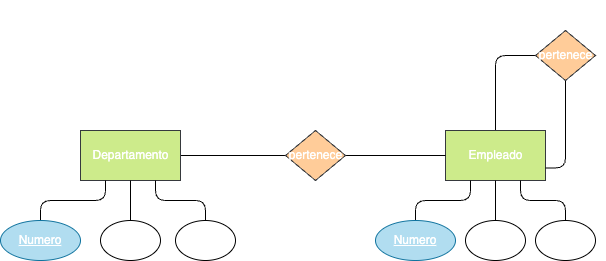
Before: Tareas/Unidad_2/tarea1/Ejercicio6a.drawio.png, a diagram exported from draw.io (antonioinigo/base-datos). Source tidied: cells renumbered, new cells last; positions are measured from the earlier drawing's top-left corner, leaving out a move shared by most shapes. The source it was exported from:
```xml
<mxGraphModel>
  <root>
    <mxCell id="0" />
    <mxCell id="1" parent="0" />
    <mxCell id="2" style="html=1;entryX=0;entryY=0.5;entryDx=0;entryDy=0;fontColor=#FFFFFF;endArrow=none;endFill=0;" parent="1" edge="1" source="3" target="7">
      <mxGeometry relative="1" as="geometry" />
    </mxCell>
    <mxCell id="3" value="&lt;font&gt;Departamento&lt;/font&gt;" style="html=1;dashed=0;whitespace=wrap;fillColor=#cdeb8b;strokeColor=#36393d;fontColor=#FFFFFF;" parent="1" vertex="1">
      <mxGeometry x="80" y="130" width="100" height="50" as="geometry" />
    </mxCell>
    <mxCell id="4" style="edgeStyle=orthogonalEdgeStyle;html=1;endArrow=none;endFill=0;fontColor=#FFFFFF;" parent="1" edge="1" source="5">
      <mxGeometry relative="1" as="geometry">
        <mxPoint x="545" y="55" as="targetPoint" />
        <Array as="points">
          <mxPoint x="495" y="55" />
        </Array>
      </mxGeometry>
    </mxCell>
    <mxCell id="5" value="&lt;font&gt;Empleado&lt;br&gt;&lt;/font&gt;" style="html=1;dashed=0;whitespace=wrap;fillColor=#cdeb8b;strokeColor=#36393d;fontColor=#FFFFFF;" parent="1" vertex="1">
      <mxGeometry x="445" y="130" width="100" height="50" as="geometry" />
    </mxCell>
    <mxCell id="6" style="edgeStyle=none;html=1;fontColor=#FFFFFF;endArrow=none;endFill=0;" parent="1" edge="1" source="7" target="5">
      <mxGeometry relative="1" as="geometry" />
    </mxCell>
    <mxCell id="7" value="&lt;font&gt;pertenece&lt;/font&gt;" style="shape=rhombus;html=1;dashed=0;whitespace=wrap;perimeter=rhombusPerimeter;fillColor=#ffcc99;strokeColor=#36393d;fontColor=#FFFFFF;" parent="1" vertex="1">
      <mxGeometry x="285" y="130" width="60" height="50" as="geometry" />
    </mxCell>
    <mxCell id="8" value="1:1" style="text;html=1;align=center;verticalAlign=middle;strokeColor=none;fillColor=none;fontColor=#FFFFFF;" parent="1" vertex="1">
      <mxGeometry x="205" y="110" width="40" height="30" as="geometry" />
    </mxCell>
    <mxCell id="9" value="0:N" style="text;html=1;align=center;verticalAlign=middle;strokeColor=none;fillColor=none;fontColor=#FFFFFF;" parent="1" vertex="1">
      <mxGeometry x="395" y="110" width="40" height="30" as="geometry" />
    </mxCell>
    <mxCell id="10" value="1:N" style="text;html=1;align=center;verticalAlign=middle;strokeColor=none;fillColor=none;fontColor=#FFFFFF;" parent="1" vertex="1">
      <mxGeometry x="295" y="90" width="40" height="30" as="geometry" />
    </mxCell>
    <mxCell id="11" style="edgeStyle=orthogonalEdgeStyle;html=1;entryX=1;entryY=0.75;entryDx=0;entryDy=0;endArrow=none;endFill=0;fontColor=#FFFFFF;" parent="1" edge="1" source="12" target="5">
      <mxGeometry relative="1" as="geometry" />
    </mxCell>
    <mxCell id="12" value="&lt;font&gt;pertenece&lt;/font&gt;" style="shape=rhombus;html=1;dashed=0;whitespace=wrap;perimeter=rhombusPerimeter;fillColor=#ffcc99;strokeColor=#36393d;fontColor=#FFFFFF;" parent="1" vertex="1">
      <mxGeometry x="535" y="30" width="60" height="50" as="geometry" />
    </mxCell>
    <mxCell id="13" style="edgeStyle=orthogonalEdgeStyle;html=1;entryX=0.25;entryY=1;entryDx=0;entryDy=0;fontColor=#FFFFFF;endArrow=none;endFill=0;" parent="1" edge="1" source="14" target="3">
      <mxGeometry relative="1" as="geometry" />
    </mxCell>
    <mxCell id="14" value="&lt;font&gt;Numero&lt;/font&gt;" style="ellipse;whiteSpace=wrap;html=1;align=center;fontStyle=4;fillColor=#b1ddf0;strokeColor=#10739e;fontColor=#FFFFFF;" parent="1" vertex="1">
      <mxGeometry y="220" width="80" height="40" as="geometry" />
    </mxCell>
    <mxCell id="15" style="edgeStyle=orthogonalEdgeStyle;html=1;entryX=0.5;entryY=1;entryDx=0;entryDy=0;fontColor=#FFFFFF;endArrow=none;endFill=0;" parent="1" edge="1" source="16" target="3">
      <mxGeometry relative="1" as="geometry" />
    </mxCell>
    <mxCell id="16" value="Nombre" style="ellipse;whiteSpace=wrap;html=1;align=center;fontColor=#FFFFFF;" parent="1" vertex="1">
      <mxGeometry x="100" y="220" width="60" height="40" as="geometry" />
    </mxCell>
    <mxCell id="17" style="edgeStyle=orthogonalEdgeStyle;html=1;entryX=0.75;entryY=1;entryDx=0;entryDy=0;fontColor=#FFFFFF;endArrow=none;endFill=0;" parent="1" edge="1" source="18" target="3">
      <mxGeometry relative="1" as="geometry" />
    </mxCell>
    <mxCell id="18" value="Locaclidad" style="ellipse;whiteSpace=wrap;html=1;align=center;fontColor=#FFFFFF;" parent="1" vertex="1">
      <mxGeometry x="175" y="220" width="60" height="40" as="geometry" />
    </mxCell>
    <mxCell id="19" style="edgeStyle=orthogonalEdgeStyle;html=1;entryX=0.25;entryY=1;entryDx=0;entryDy=0;fontColor=#FFFFFF;endArrow=none;endFill=0;" parent="1" edge="1" source="20" target="5">
      <mxGeometry relative="1" as="geometry" />
    </mxCell>
    <mxCell id="20" value="&lt;font&gt;Numero&lt;/font&gt;" style="ellipse;whiteSpace=wrap;html=1;align=center;fontStyle=4;fillColor=#b1ddf0;strokeColor=#10739e;fontColor=#FFFFFF;" parent="1" vertex="1">
      <mxGeometry x="375" y="220" width="80" height="40" as="geometry" />
    </mxCell>
    <mxCell id="21" style="edgeStyle=orthogonalEdgeStyle;html=1;entryX=0.5;entryY=1;entryDx=0;entryDy=0;fontColor=#FFFFFF;endArrow=none;endFill=0;" parent="1" edge="1" source="22" target="5">
      <mxGeometry relative="1" as="geometry" />
    </mxCell>
    <mxCell id="22" value="Apellido" style="ellipse;whiteSpace=wrap;html=1;align=center;fontColor=#FFFFFF;" parent="1" vertex="1">
      <mxGeometry x="465" y="220" width="60" height="40" as="geometry" />
    </mxCell>
    <mxCell id="23" style="edgeStyle=orthogonalEdgeStyle;html=1;entryX=0.75;entryY=1;entryDx=0;entryDy=0;fontColor=#FFFFFF;endArrow=none;endFill=0;" parent="1" edge="1" source="24" target="5">
      <mxGeometry relative="1" as="geometry" />
    </mxCell>
    <mxCell id="24" value="Salario" style="ellipse;whiteSpace=wrap;html=1;align=center;fontColor=#FFFFFF;" parent="1" vertex="1">
      <mxGeometry x="535" y="220" width="60" height="40" as="geometry" />
    </mxCell>
    <mxCell id="25" value="1:N" style="text;html=1;align=center;verticalAlign=middle;strokeColor=none;fillColor=none;fontColor=#FFFFFF;" parent="1" vertex="1">
      <mxGeometry x="545" width="40" height="30" as="geometry" />
    </mxCell>
    <mxCell id="26" value="1:N" style="text;html=1;align=center;verticalAlign=middle;strokeColor=none;fillColor=none;fontColor=#FFFFFF;" parent="1" vertex="1">
      <mxGeometry x="565" y="80" width="40" height="30" as="geometry" />
    </mxCell>
    <mxCell id="27" value="1:1" style="text;html=1;align=center;verticalAlign=middle;strokeColor=none;fillColor=none;fontColor=#FFFFFF;" parent="1" vertex="1">
      <mxGeometry x="455" y="80" width="40" height="30" as="geometry" />
    </mxCell>
  </root>
</mxGraphModel>
```
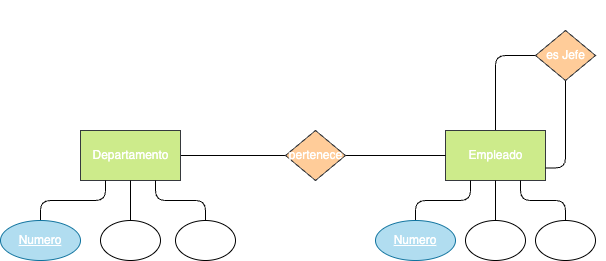
After the change.

What changed in the source:
```diff
@@ -37,7 +37,7 @@
     <mxCell id="11" style="edgeStyle=orthogonalEdgeStyle;html=1;entryX=1;entryY=0.75;entryDx=0;entryDy=0;endArrow=none;endFill=0;fontColor=#FFFFFF;" parent="1" edge="1" source="12" target="5">
       <mxGeometry relative="1" as="geometry" />
     </mxCell>
-    <mxCell id="12" value="&lt;font&gt;pertenece&lt;/font&gt;" style="shape=rhombus;html=1;dashed=0;whitespace=wrap;perimeter=rhombusPerimeter;fillColor=#ffcc99;strokeColor=#36393d;fontColor=#FFFFFF;" parent="1" vertex="1">
+    <mxCell id="12" value="&lt;font&gt;es Jefe&lt;/font&gt;" style="shape=rhombus;html=1;dashed=0;whitespace=wrap;perimeter=rhombusPerimeter;fillColor=#ffcc99;strokeColor=#36393d;fontColor=#FFFFFF;" parent="1" vertex="1">
       <mxGeometry x="535" y="30" width="60" height="50" as="geometry" />
     </mxCell>
     <mxCell id="13" style="edgeStyle=orthogonalEdgeStyle;html=1;entryX=0.25;entryY=1;entryDx=0;entryDy=0;fontColor=#FFFFFF;endArrow=none;endFill=0;" parent="1" edge="1" source="14" target="3">
```
